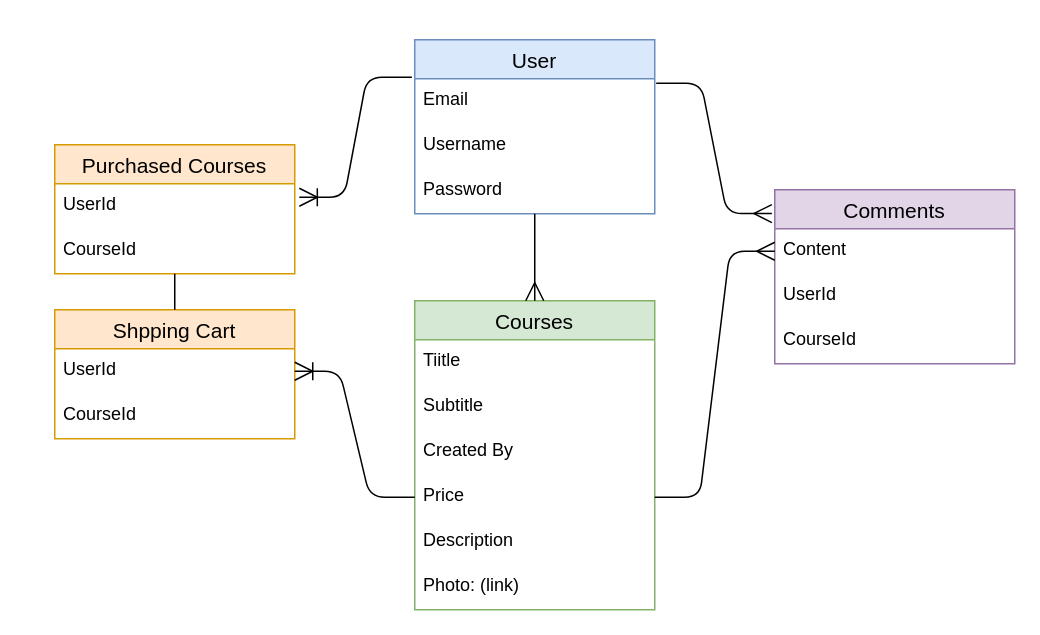
Earlier version of the draw.io diagram erd.drawio (prijacash/project-3). Source tidied: cells renumbered, new cells numbered last; positions are measured from the earlier drawing's top-left corner, leaving out a move shared by most shapes. Both pictures are drawn from the tidied source at 150%, with x=0, y=0 at pixel (54, 39).
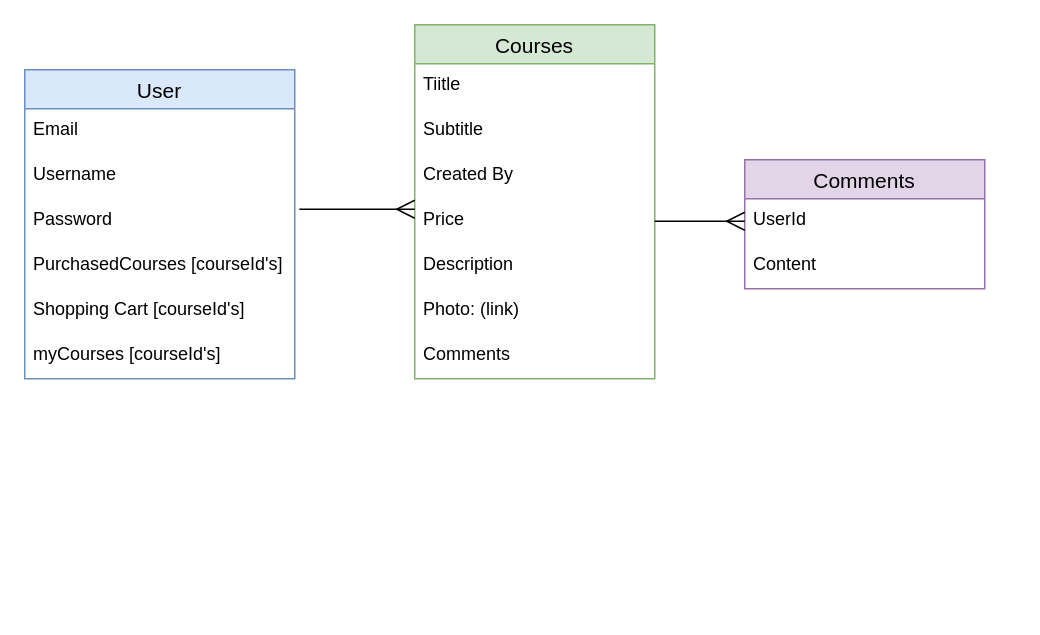
The same diagram, later.

Unchanged cells that the change refers to:
```xml
<mxCell id="14" value="Price&#10;" style="text;strokeColor=none;fillColor=none;spacingLeft=4;spacingRight=4;overflow=hidden;points=[[0,0.5],[1,0.5]];portConstraint=eastwest;fontSize=12;" parent="10" vertex="1">
  <mxGeometry y="116" width="160" height="30" as="geometry" />
</mxCell>
```

Change to the diagram source:
```diff
@@
     <mxCell id="2" value="User" style="swimlane;fontStyle=0;horizontal=1;startSize=26;align=center;fontSize=14;fillColor=#dae8fc;strokeColor=#6c8ebf;" parent="1" vertex="1">
-      <mxGeometry x="240" width="160" height="116" as="geometry" />
+      <mxGeometry x="-20" y="20" width="180" height="206" as="geometry" />
     </mxCell>
     <mxCell id="3" value="Email" style="text;strokeColor=none;fillColor=none;spacingLeft=4;spacingRight=4;overflow=hidden;points=[[0,0.5],[1,0.5]];portConstraint=eastwest;fontSize=12;" parent="2" vertex="1">
-      <mxGeometry y="26" width="160" height="30" as="geometry" />
+      <mxGeometry y="26" width="180" height="30" as="geometry" />
     </mxCell>
     <mxCell id="4" value="Username" style="text;strokeColor=none;fillColor=none;spacingLeft=4;spacingRight=4;overflow=hidden;fontSize=12;" parent="2" vertex="1">
-      <mxGeometry y="56" width="160" height="30" as="geometry" />
+      <mxGeometry y="56" width="180" height="30" as="geometry" />
     </mxCell>
     <mxCell id="5" value="Password" style="text;strokeColor=none;fillColor=none;spacingLeft=4;spacingRight=4;overflow=hidden;points=[[0,0.5],[1,0.5]];portConstraint=eastwest;fontSize=12;" parent="2" vertex="1">
-      <mxGeometry y="86" width="160" height="30" as="geometry" />
+      <mxGeometry y="86" width="180" height="30" as="geometry" />
     </mxCell>
+    <mxCell id="29" value="PurchasedCourses [courseId's]" style="text;strokeColor=none;fillColor=none;spacingLeft=4;spacingRight=4;overflow=hidden;fontSize=12;" parent="2" vertex="1">
+      <mxGeometry y="116" width="180" height="30" as="geometry" />
+    </mxCell>
+    <mxCell id="30" value="Shopping Cart [courseId's]" style="text;strokeColor=none;fillColor=none;spacingLeft=4;spacingRight=4;overflow=hidden;fontSize=12;" parent="2" vertex="1">
+      <mxGeometry y="146" width="180" height="30" as="geometry" />
+    </mxCell>
+    <mxCell id="31" value="myCourses [courseId's]" style="text;strokeColor=none;fillColor=none;spacingLeft=4;spacingRight=4;overflow=hidden;fontSize=12;" parent="2" vertex="1">
+      <mxGeometry y="176" width="180" height="30" as="geometry" />
+    </mxCell>
     <mxCell id="6" value="Comments" style="swimlane;fontStyle=0;horizontal=1;startSize=26;align=center;fontSize=14;fillColor=#e1d5e7;strokeColor=#9673a6;" parent="1" vertex="1">
-      <mxGeometry x="480" y="100" width="160" height="116" as="geometry" />
+      <mxGeometry x="460" y="80" width="160" height="86" as="geometry" />
     </mxCell>
-    <mxCell id="7" value="Content" style="text;strokeColor=none;fillColor=none;spacingLeft=4;spacingRight=4;overflow=hidden;points=[[0,0.5],[1,0.5]];portConstraint=eastwest;fontSize=12;" parent="6" vertex="1">
+    <mxCell id="7" value="UserId" style="text;strokeColor=none;fillColor=none;spacingLeft=4;spacingRight=4;overflow=hidden;points=[[0,0.5],[1,0.5]];portConstraint=eastwest;fontSize=12;" parent="6" vertex="1">
       <mxGeometry y="26" width="160" height="30" as="geometry" />
     </mxCell>
-    <mxCell id="8" value="UserId" style="text;strokeColor=none;fillColor=none;spacingLeft=4;spacingRight=4;overflow=hidden;fontSize=12;" parent="6" vertex="1">
+    <mxCell id="8" value="Content" style="text;strokeColor=none;fillColor=none;spacingLeft=4;spacingRight=4;overflow=hidden;fontSize=12;" parent="6" vertex="1">
       <mxGeometry y="56" width="160" height="30" as="geometry" />
     </mxCell>
-    <mxCell id="9" value="CourseId" style="text;strokeColor=none;fillColor=none;spacingLeft=4;spacingRight=4;overflow=hidden;fontSize=12;" parent="6" vertex="1">
-      <mxGeometry y="86" width="160" height="30" as="geometry" />
-    </mxCell>
     <mxCell id="10" value="Courses" style="swimlane;fontStyle=0;horizontal=1;startSize=26;align=center;fontSize=14;fillColor=#d5e8d4;strokeColor=#82b366;" parent="1" vertex="1">
-      <mxGeometry x="240" y="174" width="160" height="206" as="geometry" />
+      <mxGeometry x="240" y="-10" width="160" height="236" as="geometry" />
     </mxCell>
@@
-    <mxCell id="17" value="Purchased Courses" style="swimlane;fontStyle=0;horizontal=1;startSize=26;align=center;fontSize=14;fillColor=#ffe6cc;strokeColor=#d79b00;" parent="1" vertex="1">
-      <mxGeometry y="70" width="160" height="86" as="geometry" />
-    </mxCell>
-    <mxCell id="18" value="UserId" style="text;strokeColor=none;fillColor=none;spacingLeft=4;spacingRight=4;overflow=hidden;points=[[0,0.5],[1,0.5]];portConstraint=eastwest;fontSize=12;" parent="17" vertex="1">
-      <mxGeometry y="26" width="160" height="30" as="geometry" />
-    </mxCell>
-    <mxCell id="19" value="CourseId" style="text;strokeColor=none;fillColor=none;spacingLeft=4;spacingRight=4;overflow=hidden;points=[[0,0.5],[1,0.5]];portConstraint=eastwest;fontSize=12;" parent="17" vertex="1">
-      <mxGeometry y="56" width="160" height="30" as="geometry" />
-    </mxCell>
-    <mxCell id="20" value="Shpping Cart" style="swimlane;fontStyle=0;horizontal=1;startSize=26;align=center;fontSize=14;fillColor=#ffe6cc;strokeColor=#d79b00;" parent="1" vertex="1">
-      <mxGeometry y="180" width="160" height="86" as="geometry" />
-    </mxCell>
-    <mxCell id="21" value="UserId" style="text;strokeColor=none;fillColor=none;spacingLeft=4;spacingRight=4;overflow=hidden;points=[[0,0.5],[1,0.5]];portConstraint=eastwest;fontSize=12;" parent="20" vertex="1">
-      <mxGeometry y="26" width="160" height="30" as="geometry" />
-    </mxCell>
-    <mxCell id="22" value="CourseId" style="text;strokeColor=none;fillColor=none;spacingLeft=4;spacingRight=4;overflow=hidden;fontSize=12;" parent="20" vertex="1">
-      <mxGeometry y="56" width="160" height="30" as="geometry" />
-    </mxCell>
-    <mxCell id="23" style="edgeStyle=entityRelationEdgeStyle;fontSize=12;html=1;endArrow=ERmany;exitX=1.006;exitY=0.1;exitDx=0;exitDy=0;exitPerimeter=0;entryX=-0.012;entryY=0.137;entryDx=0;entryDy=0;entryPerimeter=0;endFill=0;endSize=10;startSize=10;" parent="1" edge="1" source="3" target="6">
-      <mxGeometry relative="1" as="geometry" />
-    </mxCell>
-    <mxCell id="24" style="endArrow=ERmany;html=1;rounded=0;startSize=10;endSize=10;endFill=0;exitX=0.5;exitY=1;exitDx=0;exitDy=0;exitPerimeter=0;entryX=0.5;entryY=0;entryDx=0;entryDy=0;" parent="1" edge="1" source="5" target="10">
-      <mxGeometry relative="1" as="geometry" />
-    </mxCell>
-    <mxCell id="25" style="edgeStyle=entityRelationEdgeStyle;fontSize=12;html=1;endArrow=ERoneToMany;startSize=10;endSize=10;exitX=-0.012;exitY=-0.033;exitDx=0;exitDy=0;exitPerimeter=0;entryX=1.019;entryY=0.3;entryDx=0;entryDy=0;entryPerimeter=0;" parent="1" edge="1" source="3" target="18">
-      <mxGeometry relative="1" as="geometry" />
-    </mxCell>
+    <mxCell id="32" value="Comments" style="text;strokeColor=none;fillColor=none;spacingLeft=4;spacingRight=4;overflow=hidden;fontSize=12;" parent="10" vertex="1">
+      <mxGeometry y="206" width="160" height="30" as="geometry" />
+    </mxCell>
@@
-    <mxCell id="27" style="endArrow=none;html=1;rounded=0;startSize=10;endSize=10;exitX=0.5;exitY=1;exitDx=0;exitDy=0;exitPerimeter=0;entryX=0.5;entryY=0;entryDx=0;entryDy=0;endFill=0;" parent="1" edge="1" source="19" target="20">
-      <mxGeometry relative="1" as="geometry" />
-    </mxCell>
-    <mxCell id="28" style="edgeStyle=entityRelationEdgeStyle;fontSize=12;html=1;endArrow=ERoneToMany;startSize=10;endSize=10;entryX=1;entryY=0.5;entryDx=0;entryDy=0;exitX=0;exitY=0.5;exitDx=0;exitDy=0;" parent="1" edge="1" source="14" target="21">
-      <mxGeometry relative="1" as="geometry" />
-    </mxCell>
+    <mxCell id="33" style="edgeStyle=entityRelationEdgeStyle;fontSize=12;html=1;endArrow=ERmany;exitX=1.017;exitY=0.233;exitDx=0;exitDy=0;exitPerimeter=0;entryX=0;entryY=0.233;entryDx=0;entryDy=0;entryPerimeter=0;endSize=10;startSize=10;" parent="1" edge="1" source="5" target="14">
+      <mxGeometry relative="1" as="geometry" />
+    </mxCell>
```
